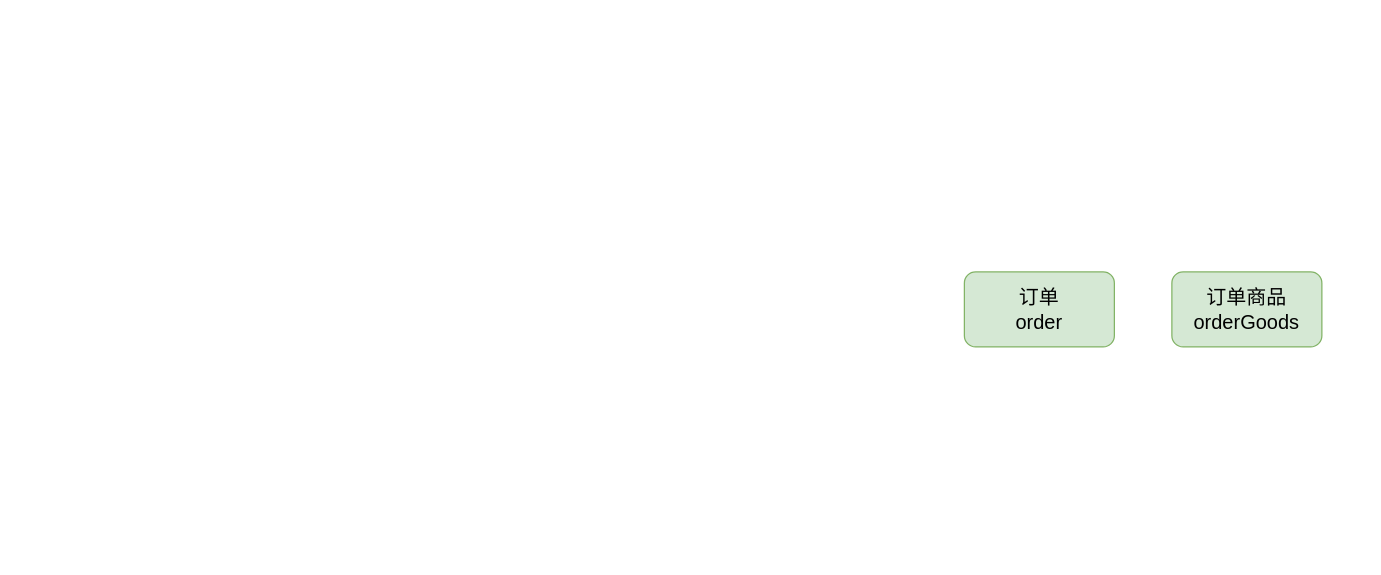
messi122/picture keeps this draw.io diagram as 积分商城/订单.drawio. Above is the earlier version. Source tidied: cells renumbered, new cells numbered last; positions are measured from the earlier drawing's top-left corner, leaving out a move shared by most shapes. Both pictures are drawn from the tidied source at 125%, with x=0, y=0 at pixel (964, 271).
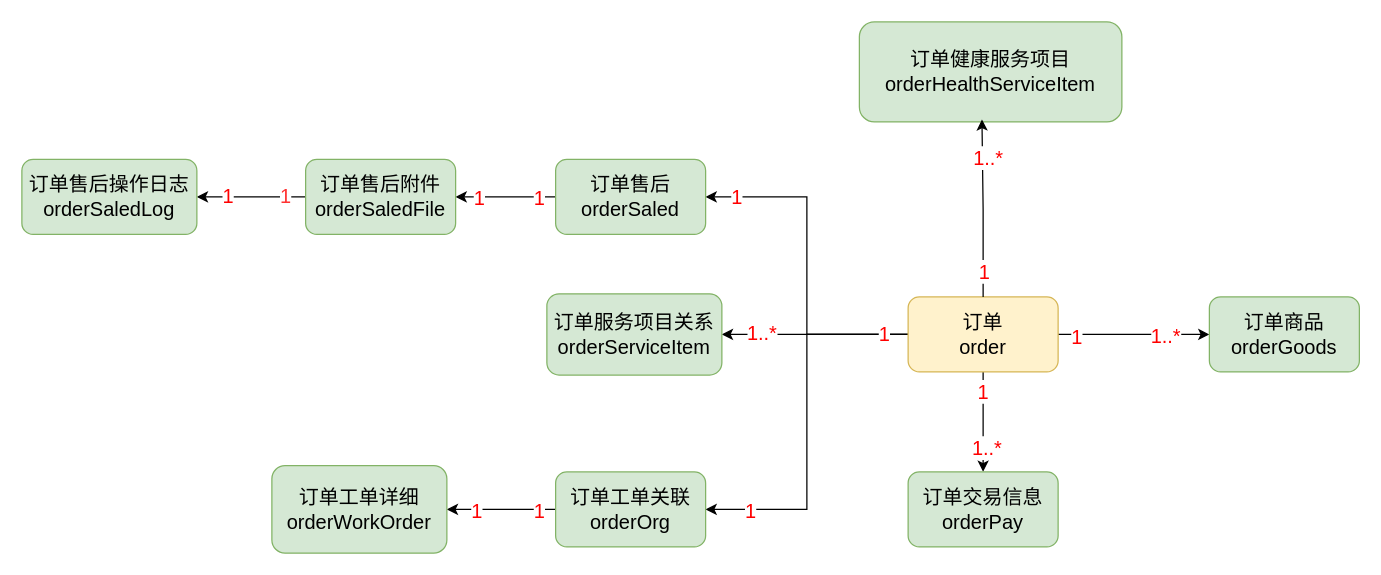
The same diagram, later.

Diff of the diagram source:
```diff
@@
+    <mxCell id="4" style="edgeStyle=orthogonalEdgeStyle;rounded=0;jettySize=auto;html=1;exitX=1;exitY=0.5;exitDx=0;exitDy=0;entryX=0;entryY=0.5;entryDx=0;entryDy=0;" parent="1" edge="1" source="2" target="3">
+      <mxGeometry relative="1" as="geometry" />
+    </mxCell>
+    <mxCell id="5" value="1" style="edgeLabel;html=1;align=center;verticalAlign=middle;fontSize=16;fontColor=#FF0000;" parent="4" vertex="1">
+      <mxGeometry x="-0.77" y="-1" relative="1" as="geometry" />
+    </mxCell>
+    <mxCell id="6" value="1..*" style="edgeLabel;html=1;align=center;verticalAlign=middle;fontSize=16;fontColor=#FF0000;" parent="4" vertex="1">
+      <mxGeometry x="0.41" relative="1" as="geometry" />
+    </mxCell>
+    <mxCell id="7" style="edgeStyle=orthogonalEdgeStyle;rounded=0;jettySize=auto;html=1;exitX=0.5;exitY=1;exitDx=0;exitDy=0;entryX=0.5;entryY=0;entryDx=0;entryDy=0;" parent="1" edge="1" source="2" target="18">
+      <mxGeometry relative="1" as="geometry" />
+    </mxCell>
+    <mxCell id="8" value="1" style="edgeLabel;html=1;align=center;verticalAlign=middle;fontSize=16;fontColor=#FF0000;" parent="7" vertex="1">
+      <mxGeometry x="-0.62" y="1" relative="1" as="geometry">
+        <mxPoint x="-2" as="offset" />
+      </mxGeometry>
+    </mxCell>
+    <mxCell id="9" value="1..*" style="edgeLabel;html=1;align=center;verticalAlign=middle;fontSize=16;fontColor=#FF0000;" parent="7" vertex="1">
+      <mxGeometry x="0.5" y="2" relative="1" as="geometry" />
+    </mxCell>
+    <mxCell id="10" style="edgeStyle=orthogonalEdgeStyle;rounded=0;jettySize=auto;html=1;exitX=0;exitY=0.5;exitDx=0;exitDy=0;entryX=1;entryY=0.5;entryDx=0;entryDy=0;" parent="1" edge="1" source="2" target="22">
+      <mxGeometry relative="1" as="geometry" />
+    </mxCell>
+    <mxCell id="11" value="1" style="edgeLabel;html=1;align=center;verticalAlign=middle;fontSize=16;fontColor=#FF0000;" parent="10" vertex="1">
+      <mxGeometry x="0.82" y="-1" relative="1" as="geometry" />
+    </mxCell>
+    <mxCell id="12" style="edgeStyle=orthogonalEdgeStyle;rounded=0;jettySize=auto;html=1;exitX=0;exitY=0.5;exitDx=0;exitDy=0;entryX=1;entryY=0.5;entryDx=0;entryDy=0;" parent="1" edge="1" source="2" target="28">
+      <mxGeometry relative="1" as="geometry" />
+    </mxCell>
+    <mxCell id="13" value="1..*" style="edgeLabel;html=1;align=center;verticalAlign=middle;fontSize=16;fontColor=#FF0000;" parent="12" vertex="1">
+      <mxGeometry x="0.52" y="-4" relative="1" as="geometry">
+        <mxPoint x="-5" y="2" as="offset" />
+      </mxGeometry>
+    </mxCell>
+    <mxCell id="14" style="edgeStyle=orthogonalEdgeStyle;rounded=0;jettySize=auto;html=1;exitX=0;exitY=0.5;exitDx=0;exitDy=0;entryX=1;entryY=0.5;entryDx=0;entryDy=0;" parent="1" edge="1" source="2" target="33">
+      <mxGeometry relative="1" as="geometry" />
+    </mxCell>
+    <mxCell id="15" value="1" style="edgeLabel;html=1;align=center;verticalAlign=middle;fontSize=16;fontColor=#FF0000;" parent="14" vertex="1">
+      <mxGeometry x="0.77" y="2" relative="1" as="geometry">
+        <mxPoint y="-2" as="offset" />
+      </mxGeometry>
+    </mxCell>
+    <mxCell id="16" value="1" style="edgeLabel;html=1;align=center;verticalAlign=middle;fontSize=16;fontColor=#FF0000;" parent="14" vertex="1">
+      <mxGeometry x="-0.87" y="-1" relative="1" as="geometry" />
+    </mxCell>
-    <mxCell id="2" value="&lt;font style=&quot;font-size: 16px;&quot;&gt;订单&lt;/font&gt;&lt;div&gt;&lt;font style=&quot;font-size: 16px;&quot;&gt;order&lt;/font&gt;&lt;/div&gt;" style="rounded=1;whiteSpace=wrap;html=1;fillColor=#d5e8d4;strokeColor=#82b366;" parent="1" vertex="1">
-      <mxGeometry width="120" height="60" as="geometry" />
+    <mxCell id="2" value="&lt;font style=&quot;font-size: 16px;&quot;&gt;订单&lt;/font&gt;&lt;div&gt;&lt;font style=&quot;font-size: 16px;&quot;&gt;order&lt;/font&gt;&lt;/div&gt;" style="rounded=1;whiteSpace=wrap;html=1;fillColor=#fff2cc;strokeColor=#d6b656;" parent="1" vertex="1">
+      <mxGeometry x="-45" y="20" width="120" height="60" as="geometry" />
     </mxCell>
     <mxCell id="3" value="&lt;font style=&quot;font-size: 16px;&quot;&gt;订单商品&lt;/font&gt;&lt;div&gt;&lt;font style=&quot;font-size: 16px;&quot;&gt;orderGoods&lt;/font&gt;&lt;/div&gt;" style="rounded=1;whiteSpace=wrap;html=1;fillColor=#d5e8d4;strokeColor=#82b366;" parent="1" vertex="1">
-      <mxGeometry x="166" width="120" height="60" as="geometry" />
+      <mxGeometry x="196" y="20" width="120" height="60" as="geometry" />
     </mxCell>
+    <mxCell id="17" value="&lt;span style=&quot;font-size: 16px;&quot;&gt;订单健康服务项目&lt;/span&gt;&lt;br&gt;&lt;div&gt;&lt;font style=&quot;font-size: 16px;&quot;&gt;orderHealthServiceItem&lt;/font&gt;&lt;/div&gt;" style="rounded=1;whiteSpace=wrap;html=1;fillColor=#d5e8d4;strokeColor=#82b366;" parent="1" vertex="1">
+      <mxGeometry x="-84" y="-200" width="210" height="80" as="geometry" />
+    </mxCell>
+    <mxCell id="18" value="&lt;font style=&quot;font-size: 16px;&quot;&gt;订单交易信息&lt;/font&gt;&lt;div&gt;&lt;font style=&quot;font-size: 16px;&quot;&gt;orderPay&lt;/font&gt;&lt;/div&gt;" style="rounded=1;whiteSpace=wrap;html=1;fillColor=#d5e8d4;strokeColor=#82b366;" parent="1" vertex="1">
+      <mxGeometry x="-45" y="160" width="120" height="60" as="geometry" />
+    </mxCell>
+    <mxCell id="19" style="edgeStyle=orthogonalEdgeStyle;rounded=0;jettySize=auto;html=1;exitX=0;exitY=0.5;exitDx=0;exitDy=0;entryX=1;entryY=0.5;entryDx=0;entryDy=0;" parent="1" edge="1" source="22" target="26">
+      <mxGeometry relative="1" as="geometry" />
+    </mxCell>
+    <mxCell id="20" value="1" style="edgeLabel;html=1;align=center;verticalAlign=middle;fontSize=16;fontColor=#FF0000;" parent="19" vertex="1">
+      <mxGeometry x="-0.64" y="2" relative="1" as="geometry">
+        <mxPoint y="-2" as="offset" />
+      </mxGeometry>
+    </mxCell>
+    <mxCell id="21" value="1" style="edgeLabel;html=1;align=center;verticalAlign=middle;fontSize=16;fontColor=#FF0000;" parent="19" vertex="1">
+      <mxGeometry x="0.55" relative="1" as="geometry" />
+    </mxCell>
+    <mxCell id="22" value="&lt;font style=&quot;font-size: 16px;&quot;&gt;订单售后&lt;/font&gt;&lt;div&gt;&lt;div&gt;&lt;font style=&quot;font-size: 16px;&quot;&gt;orderSaled&lt;/font&gt;&lt;/div&gt;&lt;/div&gt;" style="rounded=1;whiteSpace=wrap;html=1;fillColor=#d5e8d4;strokeColor=#82b366;" parent="1" vertex="1">
+      <mxGeometry x="-327" y="-90" width="120" height="60" as="geometry" />
+    </mxCell>
+    <mxCell id="23" style="edgeStyle=orthogonalEdgeStyle;rounded=0;jettySize=auto;html=1;exitX=0;exitY=0.5;exitDx=0;exitDy=0;entryX=1;entryY=0.5;entryDx=0;entryDy=0;" parent="1" edge="1" source="26" target="27">
+      <mxGeometry relative="1" as="geometry" />
+    </mxCell>
+    <mxCell id="24" value="1" style="edgeLabel;html=1;align=center;verticalAlign=middle;fontSize=16;fontColor=#FF3333;" parent="23" vertex="1">
+      <mxGeometry x="-0.62" y="-3" relative="1" as="geometry">
+        <mxPoint y="1" as="offset" />
+      </mxGeometry>
+    </mxCell>
+    <mxCell id="25" value="1" style="edgeLabel;html=1;align=center;verticalAlign=middle;fontSize=16;fontColor=#FF0000;" parent="23" vertex="1">
+      <mxGeometry x="0.44" y="-2" relative="1" as="geometry" />
+    </mxCell>
+    <mxCell id="26" value="&lt;font style=&quot;font-size: 16px;&quot;&gt;订单售后附件&lt;/font&gt;&lt;div&gt;&lt;div&gt;&lt;font style=&quot;font-size: 16px;&quot;&gt;orderSaledFile&lt;/font&gt;&lt;/div&gt;&lt;/div&gt;" style="rounded=1;whiteSpace=wrap;html=1;fillColor=#d5e8d4;strokeColor=#82b366;" parent="1" vertex="1">
+      <mxGeometry x="-527" y="-90" width="120" height="60" as="geometry" />
+    </mxCell>
+    <mxCell id="27" value="&lt;font style=&quot;font-size: 16px;&quot;&gt;订单售后操作日志&lt;/font&gt;&lt;div&gt;&lt;div&gt;&lt;font style=&quot;font-size: 16px;&quot;&gt;orderSaledLog&lt;/font&gt;&lt;/div&gt;&lt;/div&gt;" style="rounded=1;whiteSpace=wrap;html=1;fillColor=#d5e8d4;strokeColor=#82b366;" parent="1" vertex="1">
+      <mxGeometry x="-754" y="-90" width="140" height="60" as="geometry" />
+    </mxCell>
+    <mxCell id="28" value="&lt;font style=&quot;font-size: 16px;&quot;&gt;订单服务项目关系&lt;/font&gt;&lt;div&gt;&lt;div&gt;&lt;font style=&quot;font-size: 16px;&quot;&gt;orderServiceItem&lt;/font&gt;&lt;/div&gt;&lt;/div&gt;" style="rounded=1;whiteSpace=wrap;html=1;fillColor=#d5e8d4;strokeColor=#82b366;" parent="1" vertex="1">
+      <mxGeometry x="-334" y="17.5" width="140" height="65" as="geometry" />
+    </mxCell>
+    <mxCell id="29" style="edgeStyle=orthogonalEdgeStyle;rounded=0;orthogonalLoop=1;jettySize=auto;html=1;exitX=0.5;exitY=1;exitDx=0;exitDy=0;" parent="1" edge="1" source="27" target="27">
+      <mxGeometry relative="1" as="geometry" />
+    </mxCell>
+    <mxCell id="30" style="edgeStyle=orthogonalEdgeStyle;rounded=0;jettySize=auto;html=1;exitX=0;exitY=0.5;exitDx=0;exitDy=0;entryX=1;entryY=0.5;entryDx=0;entryDy=0;" parent="1" edge="1" source="33" target="34">
+      <mxGeometry relative="1" as="geometry" />
+    </mxCell>
+    <mxCell id="31" value="1" style="edgeLabel;html=1;align=center;verticalAlign=middle;fontSize=16;fontColor=#FF0000;" parent="30" vertex="1">
+      <mxGeometry x="-0.67" y="2" relative="1" as="geometry">
+        <mxPoint y="-2" as="offset" />
+      </mxGeometry>
+    </mxCell>
+    <mxCell id="32" value="1" style="edgeLabel;html=1;align=center;verticalAlign=middle;fontSize=16;fontColor=#FF0000;" parent="30" vertex="1">
+      <mxGeometry x="0.46" y="1" relative="1" as="geometry">
+        <mxPoint y="-1" as="offset" />
+      </mxGeometry>
+    </mxCell>
+    <mxCell id="33" value="&lt;font style=&quot;font-size: 16px;&quot;&gt;订单工单关联&lt;/font&gt;&lt;div&gt;&lt;div&gt;&lt;font style=&quot;font-size: 16px;&quot;&gt;orderOrg&lt;/font&gt;&lt;/div&gt;&lt;/div&gt;" style="rounded=1;whiteSpace=wrap;html=1;fillColor=#d5e8d4;strokeColor=#82b366;" parent="1" vertex="1">
+      <mxGeometry x="-327" y="160" width="120" height="60" as="geometry" />
+    </mxCell>
+    <mxCell id="34" value="&lt;font style=&quot;font-size: 16px;&quot;&gt;订单工单详细&lt;/font&gt;&lt;div&gt;&lt;div&gt;&lt;font style=&quot;font-size: 16px;&quot;&gt;orderWorkOrder&lt;/font&gt;&lt;/div&gt;&lt;/div&gt;" style="rounded=1;whiteSpace=wrap;html=1;fillColor=#d5e8d4;strokeColor=#82b366;" parent="1" vertex="1">
+      <mxGeometry x="-554" y="155" width="140" height="70" as="geometry" />
+    </mxCell>
+    <mxCell id="35" style="edgeStyle=orthogonalEdgeStyle;rounded=0;jettySize=auto;html=1;exitX=0.5;exitY=0;exitDx=0;exitDy=0;entryX=0.467;entryY=0.975;entryDx=0;entryDy=0;entryPerimeter=0;" parent="1" edge="1" source="2" target="17">
+      <mxGeometry relative="1" as="geometry" />
+    </mxCell>
+    <mxCell id="36" value="1" style="edgeLabel;html=1;align=center;verticalAlign=middle;fontSize=16;fontColor=#FF0000;" parent="35" vertex="1">
+      <mxGeometry x="-0.71" relative="1" as="geometry" />
+    </mxCell>
+    <mxCell id="37" value="1..*" style="edgeLabel;html=1;align=center;verticalAlign=middle;fontSize=16;fontColor=#FF0000;" parent="35" vertex="1">
+      <mxGeometry x="0.57" y="-4" relative="1" as="geometry" />
+    </mxCell>
```
